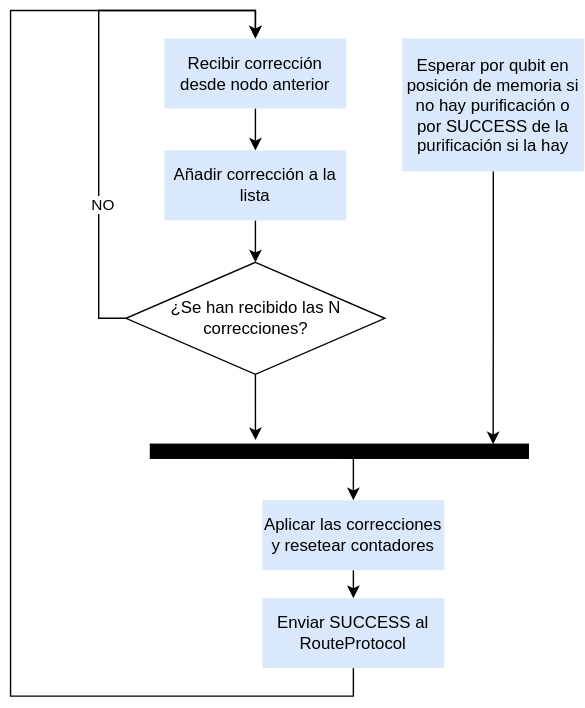
Earlier version of the draw.io export Diagramas/Flujo/correctprotocol.svg (davidpcuvigo/quantumcity). Source tidied: cells renumbered, new cells last; positions are measured from the earlier drawing's top-left corner, leaving out a move shared by most shapes.
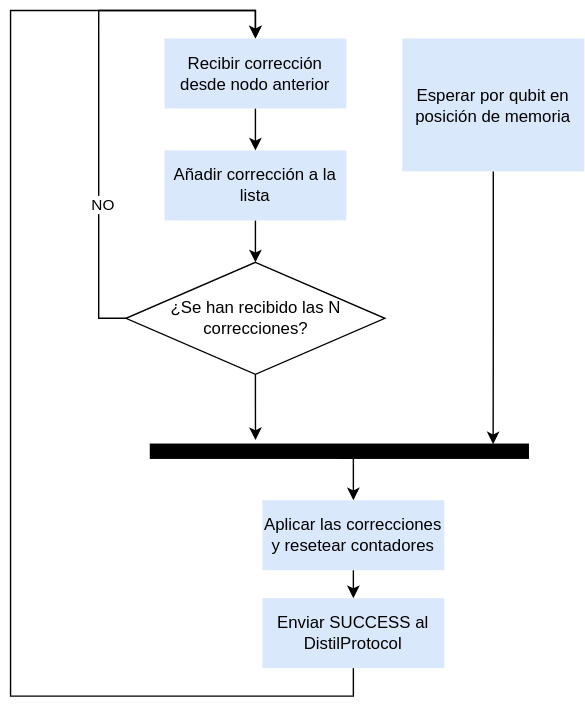
The same diagram one commit later.

The edit, as a diff of the source:
```diff
@@ -45,7 +45,7 @@
         </Array>
       </mxGeometry>
     </mxCell>
-    <mxCell id="12" value="Enviar SUCCESS al RouteProtocol" style="rounded=0;whiteSpace=wrap;html=1;fillColor=#dae8fc;strokeColor=none;" parent="1" vertex="1">
+    <mxCell id="12" value="Enviar SUCCESS al DistilProtocol" style="rounded=0;whiteSpace=wrap;html=1;fillColor=#dae8fc;strokeColor=none;" parent="1" vertex="1">
       <mxGeometry x="180" y="420" width="130" height="50" as="geometry" />
     </mxCell>
     <mxCell id="13" style="edgeStyle=orthogonalEdgeStyle;rounded=0;jettySize=auto;html=1;exitX=0.5;exitY=1;exitDx=0;exitDy=0;entryX=0.5;entryY=0;entryDx=0;entryDy=0;" parent="1" edge="1" source="14" target="10">
@@ -54,7 +54,7 @@
     <mxCell id="14" style="whiteSpace=wrap;html=1;rounded=0;shadow=0;comic=0;labelBackgroundColor=none;strokeWidth=1;fillColor=#000000;fontFamily=Verdana;fontSize=12;align=center;rotation=0;" parent="1" vertex="1">
       <mxGeometry x="100" y="310" width="270" height="10" as="geometry" />
     </mxCell>
-    <mxCell id="15" value="Esperar por qubit en posición de memoria si no hay purificación o por SUCCESS de la purificación si la hay" style="rounded=0;whiteSpace=wrap;html=1;fillColor=#dae8fc;strokeColor=none;" parent="1" vertex="1">
+    <mxCell id="15" value="Esperar por qubit en posición de memoria" style="rounded=0;whiteSpace=wrap;html=1;fillColor=#dae8fc;strokeColor=none;" parent="1" vertex="1">
       <mxGeometry x="280" y="20" width="130" height="95" as="geometry" />
     </mxCell>
     <mxCell id="16" style="edgeStyle=orthogonalEdgeStyle;rounded=0;jettySize=auto;html=1;exitX=0.5;exitY=1;exitDx=0;exitDy=0;entryX=0.278;entryY=-0.3;entryDx=0;entryDy=0;entryPerimeter=0;" parent="1" edge="1" source="8" target="14">
```
